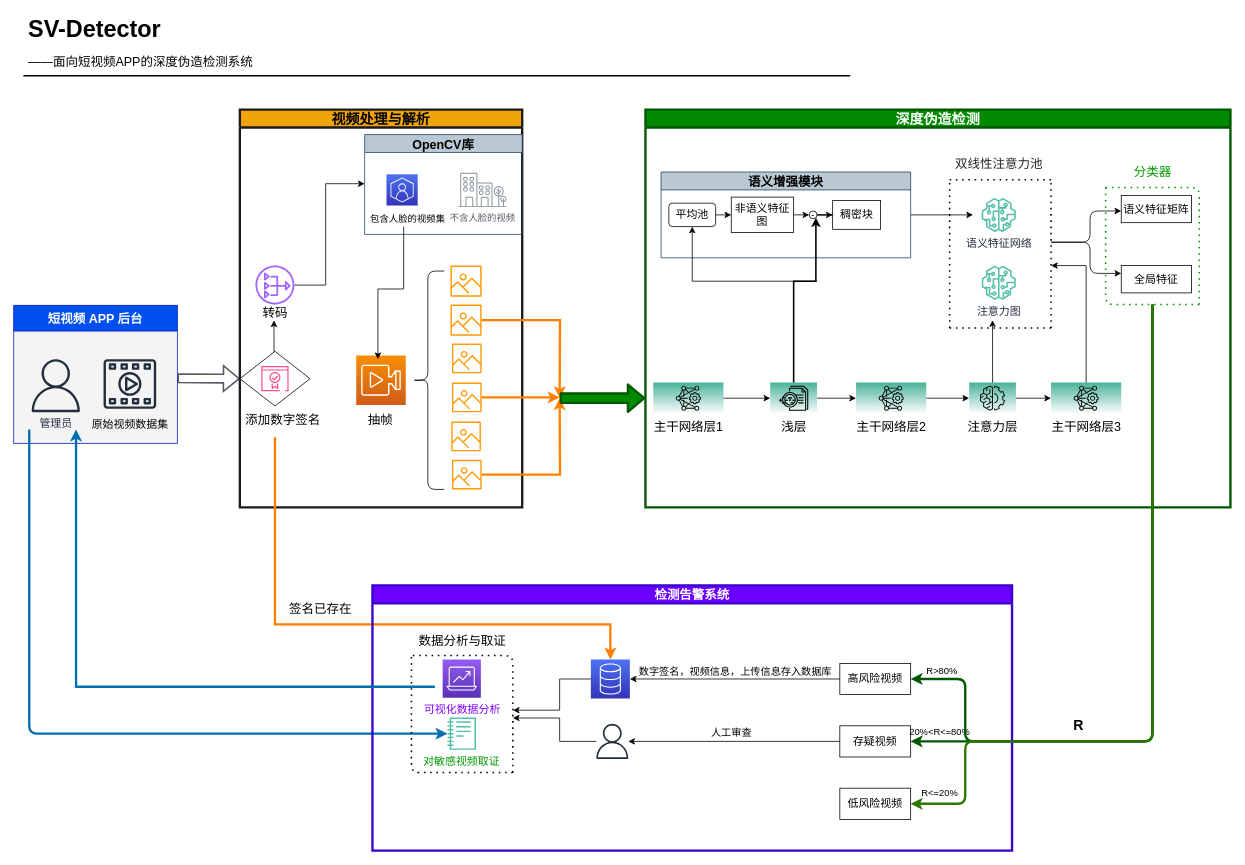
epc314/hello-world keeps this draw.io diagram as Untitled Diagram.drawio. Above is the earlier version. Source tidied: cells renumbered, new cells numbered last; positions are measured from the earlier drawing's top-left corner, leaving out a move shared by most shapes. Both pictures are drawn from the tidied source at 78%, with x=0, y=0 at pixel (13, 12).
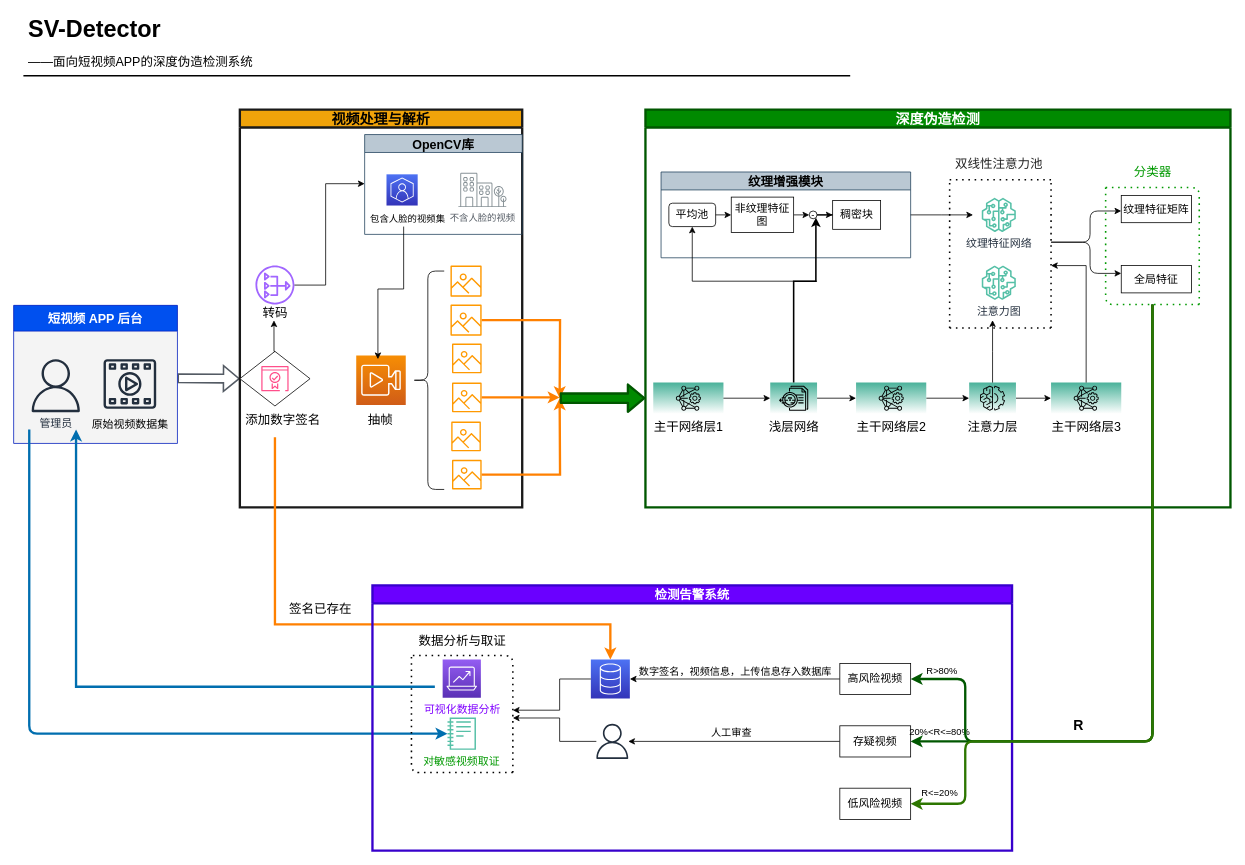
The same page after the edit.

The change refers to these unchanged cells:
```xml
<mxCell id="37" value="深度伪造检测" style="swimlane;fillColor=#008a00;strokeColor=#005700;fontColor=#ffffff;strokeWidth=3;fontSize=18;" parent="1" vertex="1">
  <mxGeometry x="810" y="124" width="750" height="510" as="geometry" />
</mxCell>
```

Diff of the diagram source:
```diff
@@
-    <mxCell id="43" value="&lt;font style=&quot;font-size: 16px&quot;&gt;浅层&lt;/font&gt;" style="sketch=0;points=[[0,0,0],[0.25,0,0],[0.5,0,0],[0.75,0,0],[1,0,0],[0,1,0],[0.25,1,0],[0.5,1,0],[0.75,1,0],[1,1,0],[0,0.25,0],[0,0.5,0],[0,0.75,0],[1,0.25,0],[1,0.5,0],[1,0.75,0]];outlineConnect=0;fontColor=#000000;gradientColor=#4AB29A;gradientDirection=north;fillColor=#ffffff;strokeColor=#000000;dashed=0;verticalLabelPosition=bottom;verticalAlign=top;align=center;html=1;fontSize=12;fontStyle=0;shape=mxgraph.aws4.resourceIcon;resIcon=mxgraph.aws4.textract;fontFamily=Helvetica;" parent="37" vertex="1">
+    <mxCell id="43" value="&lt;font style=&quot;font-size: 16px&quot;&gt;浅层网络&lt;/font&gt;" style="sketch=0;points=[[0,0,0],[0.25,0,0],[0.5,0,0],[0.75,0,0],[1,0,0],[0,1,0],[0.25,1,0],[0.5,1,0],[0.75,1,0],[1,1,0],[0,0.25,0],[0,0.5,0],[0,0.75,0],[1,0.25,0],[1,0.5,0],[1,0.75,0]];outlineConnect=0;fontColor=#000000;gradientColor=#4AB29A;gradientDirection=north;fillColor=#ffffff;strokeColor=#000000;dashed=0;verticalLabelPosition=bottom;verticalAlign=top;align=center;html=1;fontSize=12;fontStyle=0;shape=mxgraph.aws4.resourceIcon;resIcon=mxgraph.aws4.textract;fontFamily=Helvetica;" parent="37" vertex="1">
       <mxGeometry x="160" y="350" width="60" height="40" as="geometry" />
     </mxCell>
@@
-    <mxCell id="47" value="语义增强模块" style="swimlane;startSize=23;fontSize=16;fillColor=#bac8d3;strokeColor=#23445d;" parent="37" vertex="1">
+    <mxCell id="47" value="纹理增强模块" style="swimlane;startSize=23;fontSize=16;fillColor=#bac8d3;strokeColor=#23445d;" parent="37" vertex="1">
       <mxGeometry x="20" y="80" width="320" height="110" as="geometry" />
     </mxCell>
@@
-    <mxCell id="50" value="&lt;font style=&quot;font-size: 14px&quot;&gt;非语义特征图&lt;/font&gt;" style="rounded=0;whiteSpace=wrap;html=1;" parent="47" vertex="1">
+    <mxCell id="50" value="&lt;font style=&quot;font-size: 14px&quot;&gt;非纹理特征图&lt;/font&gt;" style="rounded=0;whiteSpace=wrap;html=1;" parent="47" vertex="1">
       <mxGeometry x="90" y="32.2" width="80" height="45.5" as="geometry" />
     </mxCell>
@@
-    <mxCell id="58" value="&lt;font style=&quot;font-size: 14px&quot;&gt;语义特征网络&lt;/font&gt;" style="sketch=0;fontColor=#232F3E;gradientColor=none;fillColor=#56C0A7;strokeColor=none;dashed=0;verticalLabelPosition=bottom;verticalAlign=top;align=center;html=1;fontSize=12;fontStyle=0;shape=mxgraph.aws4.sagemaker_model;" parent="37" vertex="1">
+    <mxCell id="58" value="&lt;font style=&quot;font-size: 14px&quot;&gt;纹理特征网络&lt;/font&gt;" style="sketch=0;fontColor=#232F3E;gradientColor=none;fillColor=#56C0A7;strokeColor=none;dashed=0;verticalLabelPosition=bottom;verticalAlign=top;align=center;html=1;fontSize=12;fontStyle=0;shape=mxgraph.aws4.sagemaker_model;" parent="37" vertex="1">
       <mxGeometry x="431" y="113" width="44" height="44" as="geometry" />
     </mxCell>
@@
-    <mxCell id="66" value="&lt;font style=&quot;font-size: 14px&quot;&gt;语义特征矩阵&lt;/font&gt;" style="rounded=0;whiteSpace=wrap;html=1;" parent="37" vertex="1">
+    <mxCell id="66" value="&lt;font style=&quot;font-size: 14px&quot;&gt;纹理特征矩阵&lt;/font&gt;" style="rounded=0;whiteSpace=wrap;html=1;" parent="37" vertex="1">
       <mxGeometry x="610" y="110" width="90" height="35" as="geometry" />
     </mxCell>
```
